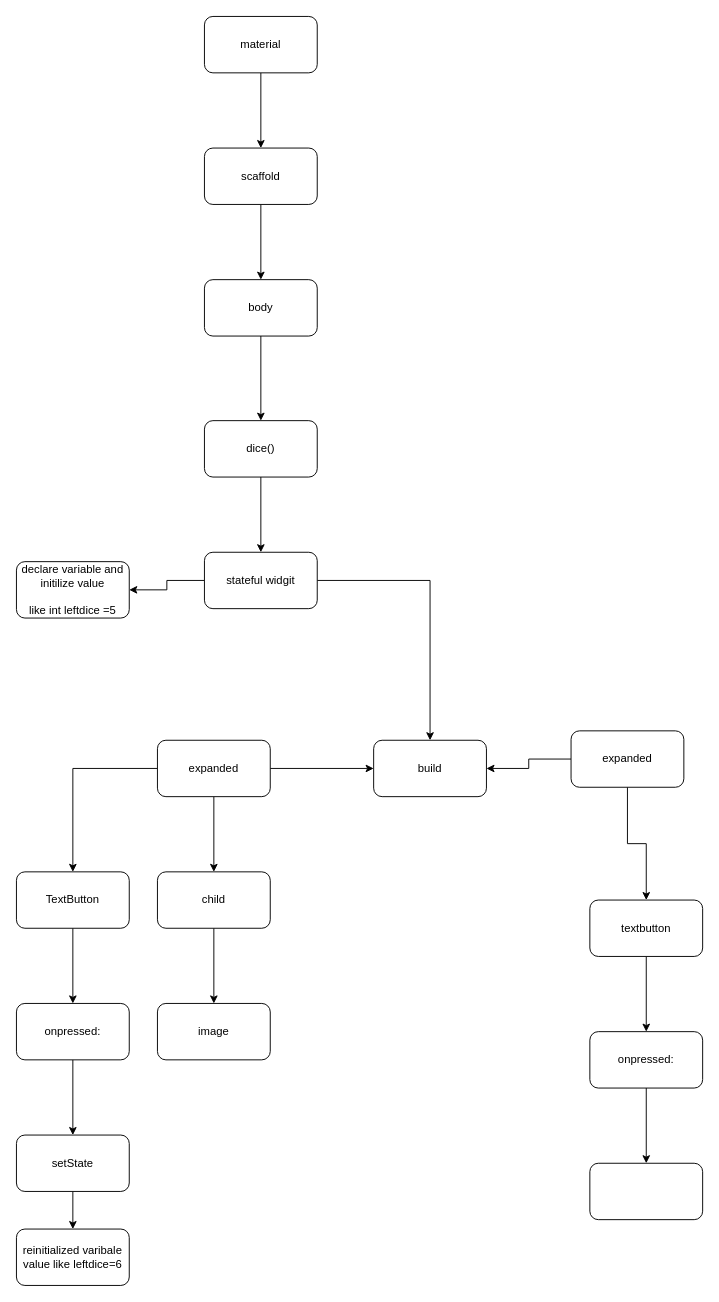
This is Untitled Diagram.drawio from Abhishek-J-B-R-I/flutter_dice, a draw.io file, before an edit. Source tidied: cells renumbered, new cells numbered last; positions are measured from the earlier drawing's top-left corner, leaving out a move shared by most shapes. Both pictures are drawn from the tidied source at 94%, with x=0, y=0 at pixel (16, 16).
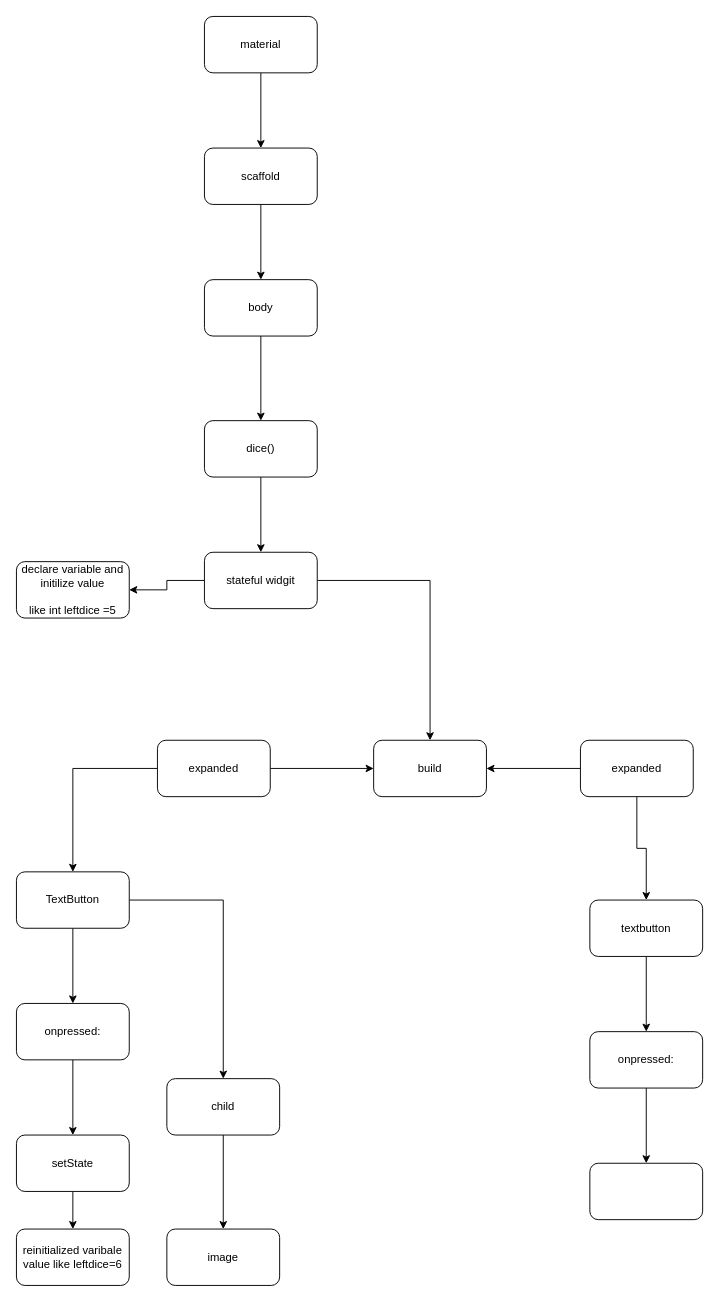
After the change.

The change refers to these unchanged cells:
```xml
<mxCell id="11" value="expanded" style="whiteSpace=wrap;html=1;rounded=1;" parent="1" vertex="1">
  <mxGeometry x="150" y="770" width="120" height="60" as="geometry" />
</mxCell>
<mxCell id="13" value="TextButton" style="whiteSpace=wrap;html=1;rounded=1;" parent="1" vertex="1">
  <mxGeometry y="910" width="120" height="60" as="geometry" />
</mxCell>
```

The edit, as a diff of the source:
```diff
@@
-    <mxCell id="10" style="edgeStyle=orthogonalEdgeStyle;rounded=0;jettySize=auto;html=1;" parent="1" edge="1" source="11" target="35">
-      <mxGeometry relative="1" as="geometry" />
-    </mxCell>
@@
+    <mxCell id="37" style="edgeStyle=orthogonalEdgeStyle;rounded=0;jettySize=auto;html=1;" parent="1" edge="1" source="13" target="35">
+      <mxGeometry relative="1" as="geometry" />
+    </mxCell>
@@
     <mxCell id="16" value="expanded" style="whiteSpace=wrap;html=1;rounded=1;" parent="1" vertex="1">
-      <mxGeometry x="590" y="760" width="120" height="60" as="geometry" />
+      <mxGeometry x="600" y="770" width="120" height="60" as="geometry" />
     </mxCell>
@@
     <mxCell id="35" value="child" style="whiteSpace=wrap;html=1;rounded=1;" parent="1" vertex="1">
-      <mxGeometry x="150" y="910" width="120" height="60" as="geometry" />
+      <mxGeometry x="160" y="1130" width="120" height="60" as="geometry" />
     </mxCell>
     <mxCell id="36" value="image" style="whiteSpace=wrap;html=1;rounded=1;" parent="1" vertex="1">
-      <mxGeometry x="150" y="1050" width="120" height="60" as="geometry" />
+      <mxGeometry x="160" y="1290" width="120" height="60" as="geometry" />
     </mxCell>
```
